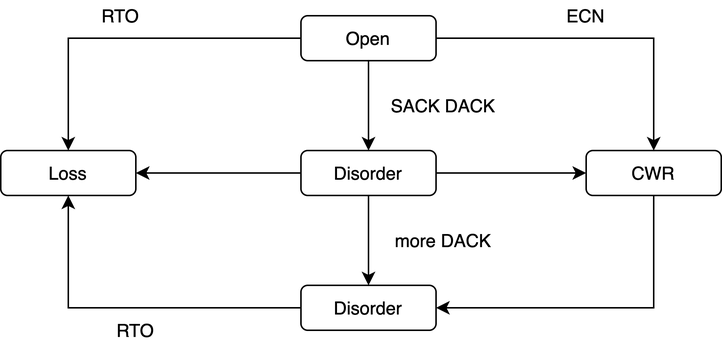
The draw.io diagram Images/Kernel/net-ca-state.png in jemmy512/book-notes, before a commit. Source tidied: cells renumbered, new cells last; positions are measured from the earlier drawing's top-left corner, leaving out a move shared by most shapes.
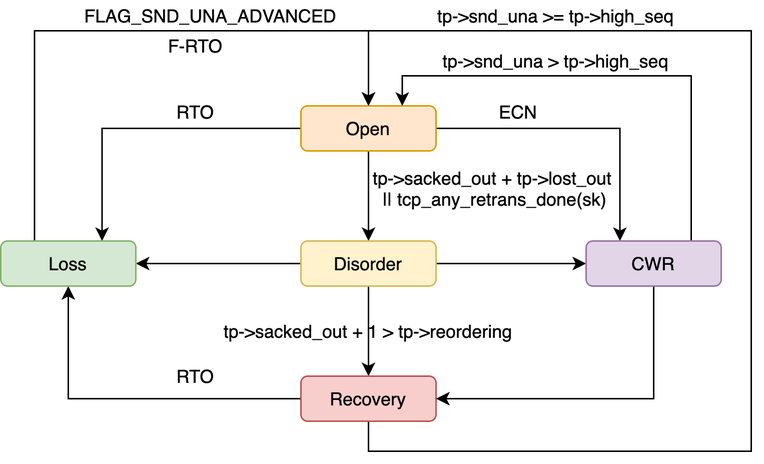
After the commit.

The edit, as a diff of the source:
```diff
@@ -2,16 +2,16 @@
   <root>
     <mxCell id="0" />
     <mxCell id="1" parent="0" />
-    <mxCell id="2" style="edgeStyle=orthogonalEdgeStyle;rounded=0;jettySize=auto;html=1;entryX=0.5;entryY=0;entryDx=0;entryDy=0;" parent="1" edge="1" source="5" target="14">
+    <mxCell id="2" style="edgeStyle=orthogonalEdgeStyle;rounded=0;jettySize=auto;html=1;entryX=0.75;entryY=0;entryDx=0;entryDy=0;" parent="1" edge="1" source="5" target="14">
       <mxGeometry relative="1" as="geometry" />
     </mxCell>
-    <mxCell id="3" style="edgeStyle=orthogonalEdgeStyle;rounded=0;jettySize=auto;html=1;" parent="1" edge="1" source="5" target="13">
+    <mxCell id="3" style="edgeStyle=orthogonalEdgeStyle;rounded=0;jettySize=auto;html=1;entryX=0.25;entryY=0;entryDx=0;entryDy=0;" parent="1" edge="1" source="5" target="13">
       <mxGeometry relative="1" as="geometry" />
     </mxCell>
     <mxCell id="4" style="edgeStyle=orthogonalEdgeStyle;rounded=0;jettySize=auto;html=1;entryX=0.5;entryY=0;entryDx=0;entryDy=0;" parent="1" edge="1" source="5" target="9">
       <mxGeometry relative="1" as="geometry" />
     </mxCell>
-    <mxCell id="5" value="Open" style="rounded=1;whiteSpace=wrap;html=1;" parent="1" vertex="1">
+    <mxCell id="5" value="Open" style="rounded=1;whiteSpace=wrap;html=1;fillColor=#ffe6cc;strokeColor=#d79b00;" parent="1" vertex="1">
       <mxGeometry x="200" y="10" width="90" height="30" as="geometry" />
     </mxCell>
     <mxCell id="6" style="edgeStyle=orthogonalEdgeStyle;rounded=0;jettySize=auto;html=1;entryX=0;entryY=0.5;entryDx=0;entryDy=0;" parent="1" edge="1" source="9" target="13">
@@ -23,13 +23,23 @@
     <mxCell id="8" style="edgeStyle=orthogonalEdgeStyle;rounded=0;jettySize=auto;html=1;entryX=1;entryY=0.5;entryDx=0;entryDy=0;" parent="1" edge="1" source="9" target="14">
       <mxGeometry relative="1" as="geometry" />
     </mxCell>
-    <mxCell id="9" value="Disorder" style="rounded=1;whiteSpace=wrap;html=1;" parent="1" vertex="1">
+    <mxCell id="9" value="Disorder" style="rounded=1;whiteSpace=wrap;html=1;fillColor=#fff2cc;strokeColor=#d6b656;" parent="1" vertex="1">
       <mxGeometry x="200" y="100" width="90" height="30" as="geometry" />
     </mxCell>
     <mxCell id="10" style="edgeStyle=orthogonalEdgeStyle;rounded=0;jettySize=auto;html=1;" parent="1" edge="1" source="11" target="14">
       <mxGeometry relative="1" as="geometry" />
     </mxCell>
+    <mxCell id="20" style="edgeStyle=orthogonalEdgeStyle;rounded=0;jettySize=auto;html=1;entryX=0.5;entryY=0;entryDx=0;entryDy=0;" parent="1" edge="1" source="11" target="5">
+      <mxGeometry relative="1" as="geometry">
+        <Array as="points">
+          <mxPoint x="245" y="240" />
+          <mxPoint x="500" y="240" />
+          <mxPoint x="500" y="-40" />
+          <mxPoint x="245" y="-40" />
+        </Array>
+      </mxGeometry>
+    </mxCell>
-    <mxCell id="11" value="Disorder" style="rounded=1;whiteSpace=wrap;html=1;" parent="1" vertex="1">
+    <mxCell id="11" value="Recovery" style="rounded=1;whiteSpace=wrap;html=1;fillColor=#f8cecc;strokeColor=#b85450;" parent="1" vertex="1">
       <mxGeometry x="200" y="190" width="90" height="30" as="geometry" />
     </mxCell>
     <mxCell id="12" style="edgeStyle=orthogonalEdgeStyle;rounded=0;jettySize=auto;html=1;entryX=1;entryY=0.5;entryDx=0;entryDy=0;" parent="1" edge="1" source="13" target="11">
@@ -39,26 +49,54 @@
         </Array>
       </mxGeometry>
     </mxCell>
+    <mxCell id="21" style="edgeStyle=orthogonalEdgeStyle;rounded=0;jettySize=auto;html=1;entryX=0.75;entryY=0;entryDx=0;entryDy=0;" parent="1" edge="1" source="13" target="5">
+      <mxGeometry relative="1" as="geometry">
+        <Array as="points">
+          <mxPoint x="460" y="-10" />
+          <mxPoint x="268" y="-10" />
+        </Array>
+      </mxGeometry>
+    </mxCell>
-    <mxCell id="13" value="CWR" style="rounded=1;whiteSpace=wrap;html=1;" parent="1" vertex="1">
+    <mxCell id="13" value="CWR" style="rounded=1;whiteSpace=wrap;html=1;fillColor=#e1d5e7;strokeColor=#9673a6;" parent="1" vertex="1">
       <mxGeometry x="390" y="100" width="90" height="30" as="geometry" />
     </mxCell>
+    <mxCell id="22" style="edgeStyle=orthogonalEdgeStyle;rounded=0;jettySize=auto;html=1;entryX=0.5;entryY=0;entryDx=0;entryDy=0;exitX=0.25;exitY=0;exitDx=0;exitDy=0;" parent="1" edge="1" source="14" target="5">
+      <mxGeometry relative="1" as="geometry">
+        <Array as="points">
+          <mxPoint x="23" y="-40" />
+          <mxPoint x="245" y="-40" />
+        </Array>
+      </mxGeometry>
+    </mxCell>
-    <mxCell id="14" value="Loss" style="rounded=1;whiteSpace=wrap;html=1;" parent="1" vertex="1">
+    <mxCell id="14" value="Loss" style="rounded=1;whiteSpace=wrap;html=1;fillColor=#d5e8d4;strokeColor=#82b366;" parent="1" vertex="1">
       <mxGeometry y="100" width="90" height="30" as="geometry" />
     </mxCell>
     <mxCell id="15" value="RTO" style="text;html=1;strokeColor=none;fillColor=none;align=center;verticalAlign=middle;whiteSpace=wrap;rounded=0;" parent="1" vertex="1">
-      <mxGeometry x="60" width="40" height="20" as="geometry" />
+      <mxGeometry x="110" y="4" width="40" height="20" as="geometry" />
     </mxCell>
     <mxCell id="16" value="ECN" style="text;html=1;strokeColor=none;fillColor=none;align=center;verticalAlign=middle;whiteSpace=wrap;rounded=0;" parent="1" vertex="1">
-      <mxGeometry x="370" width="40" height="20" as="geometry" />
+      <mxGeometry x="325" y="4" width="40" height="20" as="geometry" />
     </mxCell>
-    <mxCell id="17" value="SACK DACK" style="text;html=1;strokeColor=none;fillColor=none;align=center;verticalAlign=middle;whiteSpace=wrap;rounded=0;" parent="1" vertex="1">
-      <mxGeometry x="250" y="60" width="90" height="20" as="geometry" />
+    <mxCell id="17" value="tp-&amp;gt;sacked_out + tp-&amp;gt;lost_out &lt;br&gt;|| tcp_any_retrans_done(sk)" style="text;html=1;strokeColor=none;fillColor=none;align=center;verticalAlign=middle;whiteSpace=wrap;rounded=0;" parent="1" vertex="1">
+      <mxGeometry x="242" y="50" width="175" height="30" as="geometry" />
     </mxCell>
-    <mxCell id="18" value="more DACK" style="text;html=1;strokeColor=none;fillColor=none;align=center;verticalAlign=middle;whiteSpace=wrap;rounded=0;" parent="1" vertex="1">
-      <mxGeometry x="250" y="150" width="90" height="20" as="geometry" />
+    <mxCell id="18" value="tp-&amp;gt;sacked_out + 1 &amp;gt; tp-&amp;gt;reordering" style="text;html=1;strokeColor=none;fillColor=none;align=center;verticalAlign=middle;whiteSpace=wrap;rounded=0;" parent="1" vertex="1">
+      <mxGeometry x="140" y="150" width="210" height="20" as="geometry" />
     </mxCell>
     <mxCell id="19" value="RTO" style="text;html=1;strokeColor=none;fillColor=none;align=center;verticalAlign=middle;whiteSpace=wrap;rounded=0;" parent="1" vertex="1">
-      <mxGeometry x="70" y="210" width="40" height="20" as="geometry" />
+      <mxGeometry x="110" y="180" width="40" height="20" as="geometry" />
     </mxCell>
+    <mxCell id="23" value="tp-&amp;gt;snd_una &amp;gt; tp-&amp;gt;high_seq" style="text;html=1;strokeColor=none;fillColor=none;align=center;verticalAlign=middle;whiteSpace=wrap;rounded=0;" parent="1" vertex="1">
+      <mxGeometry x="290" y="-30" width="160" height="20" as="geometry" />
+    </mxCell>
+    <mxCell id="24" value="tp-&amp;gt;snd_una &amp;gt;= tp-&amp;gt;high_seq" style="text;html=1;strokeColor=none;fillColor=none;align=center;verticalAlign=middle;whiteSpace=wrap;rounded=0;" parent="1" vertex="1">
+      <mxGeometry x="280" y="-60" width="180" height="20" as="geometry" />
+    </mxCell>
+    <mxCell id="25" value="FLAG_SND_UNA_ADVANCED" style="text;html=1;strokeColor=none;fillColor=none;align=center;verticalAlign=middle;whiteSpace=wrap;rounded=0;" parent="1" vertex="1">
+      <mxGeometry x="120" y="-60" width="40" height="20" as="geometry" />
+    </mxCell>
+    <mxCell id="26" value="F-RTO" style="text;html=1;strokeColor=none;fillColor=none;align=center;verticalAlign=middle;whiteSpace=wrap;rounded=0;" parent="1" vertex="1">
+      <mxGeometry x="110" y="-40" width="40" height="20" as="geometry" />
+    </mxCell>
   </root>
 </mxGraphModel>
```
